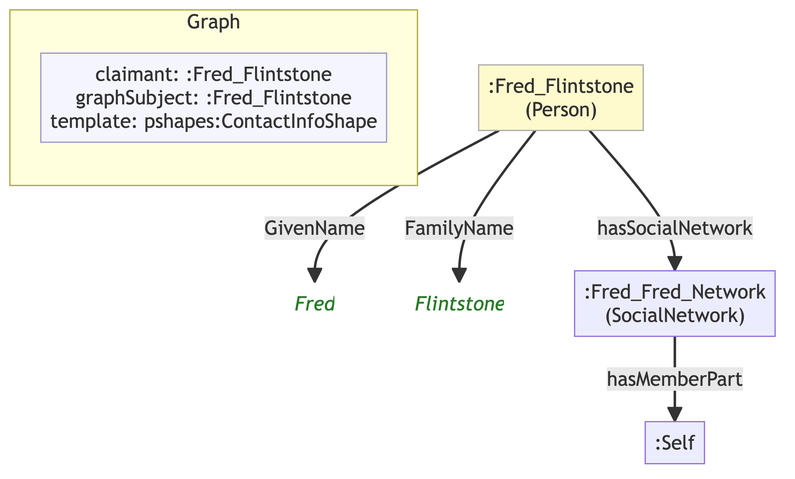
MeeFoundation/mia-ontologies keeps this Mermaid diagram as example/graphs/images/graph-31.png. Above is the earlier version. Its source is kept beside it as example/graphs/images/graph-31.mmd. Its diagram source:
```mermaid
flowchart TD
    classDef person fill:#fffacd,stroke:#aaa,color:#333
    classDef org    fill:#cce5ff,stroke:#aaa,color:#333
    classDef service fill:#e6e6e6,stroke:#aaa,color:#333
    classDef lit    fill:none,stroke:none,font-style:italic,color:#2a7a2a
    classDef meta   fill:#f5f5ff,stroke:#9999cc,color:#333

    subgraph ctx["Graph"]
        direction LR
        ctx_meta["claimant: :Fred_Flintstone\ngraphSubject: :Fred_Flintstone\ntemplate: pshapes:ContactInfoShape"]:::meta
    end

    n65f31abcd71e[":Fred_Flintstone\n(Person)"]:::person
    n97cb27fe48fc("Fred"):::lit
    n5d15476d190e("Flintstone"):::lit
    n48ac21e51de9[":Fred_Fred_Network\n(SocialNetwork)"]
    n89768dce3f8b[":Self"]

    n65f31abcd71e -->|"GivenName"| n97cb27fe48fc
    n65f31abcd71e -->|"FamilyName"| n5d15476d190e
    n65f31abcd71e -->|"hasSocialNetwork"| n48ac21e51de9
    n48ac21e51de9 -->|"hasMemberPart"| n89768dce3f8b
```
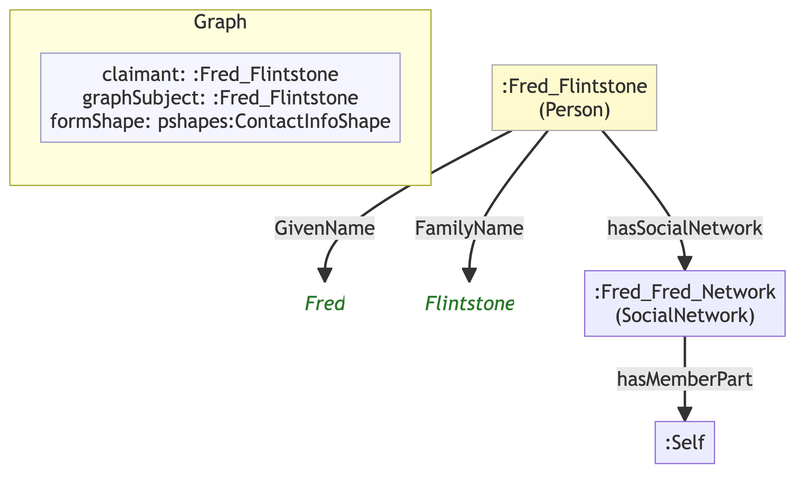
Later version of the same file.

The edit, as a diff of the source:
```diff
@@ -7,16 +7,16 @@
 
     subgraph ctx["Graph"]
         direction LR
-        ctx_meta["claimant: :Fred_Flintstone\ngraphSubject: :Fred_Flintstone\ntemplate: pshapes:ContactInfoShape"]:::meta
+        ctx_meta["claimant: :Fred_Flintstone\ngraphSubject: :Fred_Flintstone\nformShape: pshapes:ContactInfoShape"]:::meta
     end
 
-    n65f31abcd71e[":Fred_Flintstone\n(Person)"]:::person
-    n97cb27fe48fc("Fred"):::lit
-    n5d15476d190e("Flintstone"):::lit
-    n48ac21e51de9[":Fred_Fred_Network\n(SocialNetwork)"]
-    n89768dce3f8b[":Self"]
+    n90a36a9c37ce[":Fred_Flintstone\n(Person)"]:::person
+    ne318046cbace("Fred"):::lit
+    nad9799860f4d("Flintstone"):::lit
+    n081e404a27c9[":Fred_Fred_Network\n(SocialNetwork)"]
+    nca0dda0e6750[":Self"]
 
-    n65f31abcd71e -->|"GivenName"| n97cb27fe48fc
-    n65f31abcd71e -->|"FamilyName"| n5d15476d190e
-    n65f31abcd71e -->|"hasSocialNetwork"| n48ac21e51de9
-    n48ac21e51de9 -->|"hasMemberPart"| n89768dce3f8b
+    n90a36a9c37ce -->|"GivenName"| ne318046cbace
+    n90a36a9c37ce -->|"FamilyName"| nad9799860f4d
+    n90a36a9c37ce -->|"hasSocialNetwork"| n081e404a27c9
+    n081e404a27c9 -->|"hasMemberPart"| nca0dda0e6750
```
